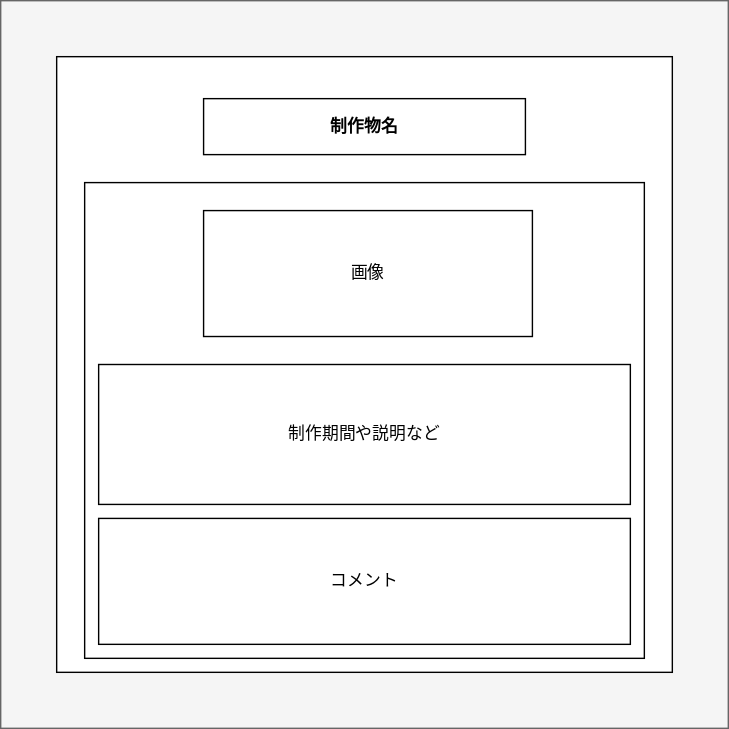
nekkiChan/Portfolio keeps this draw.io diagram as SpecificationDocuments/draw/img/portfolio-work.svg. Above is the earlier version. Source tidied: cells renumbered, new cells last; positions are measured from the earlier drawing's top-left corner, leaving out a move shared by most shapes.
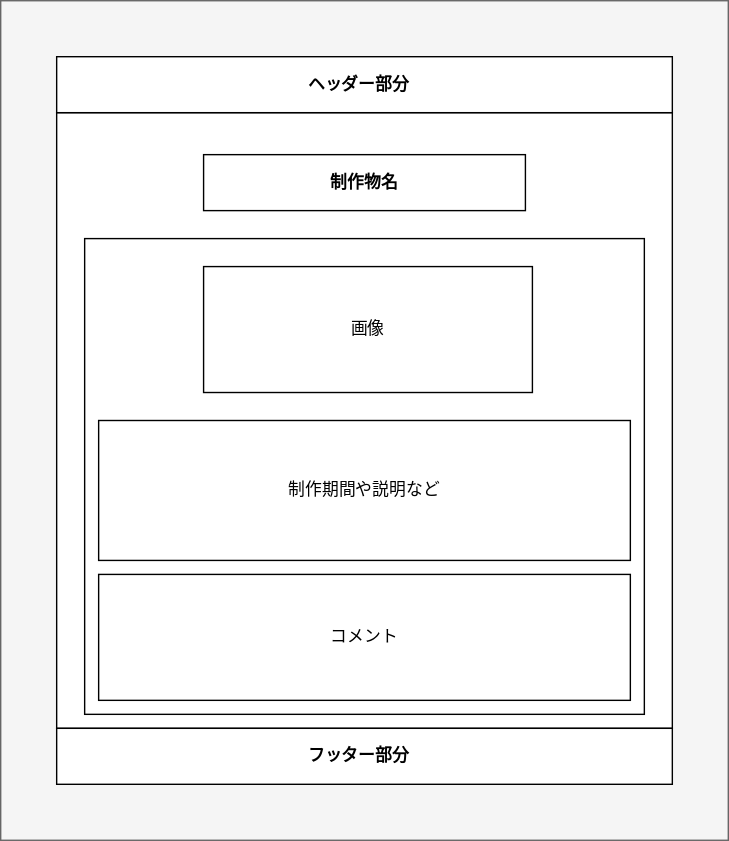
The same diagram one commit later.

What changed in the source:
```diff
@@ -3,7 +3,7 @@
     <mxCell id="0" />
     <mxCell id="1" parent="0" />
     <mxCell id="2" style="rounded=0;whiteSpace=wrap;html=1;fillColor=#f5f5f5;fontColor=#333333;strokeColor=#666666;" parent="1" vertex="1">
-      <mxGeometry width="520" height="520" as="geometry" />
+      <mxGeometry y="-40" width="520" height="600" as="geometry" />
     </mxCell>
     <mxCell id="3" style="rounded=0;whiteSpace=wrap;html=1;" parent="1" vertex="1">
       <mxGeometry x="40" y="40" width="440" height="440" as="geometry" />
@@ -23,5 +23,11 @@
     <mxCell id="8" value="コメント" style="rounded=0;whiteSpace=wrap;html=1;" parent="1" vertex="1">
       <mxGeometry x="70" y="370" width="380" height="90" as="geometry" />
     </mxCell>
+    <mxCell id="9" value="&lt;div style=&quot;&quot;&gt;&lt;b&gt;&lt;span style=&quot;background-color: initial;&quot;&gt;フッター部分&lt;/span&gt;&lt;span style=&quot;background-color: initial; white-space: pre;&quot;&gt;&#9;&lt;/span&gt;&lt;/b&gt;&lt;/div&gt;" style="rounded=0;whiteSpace=wrap;html=1;align=center;" parent="1" vertex="1">
+      <mxGeometry x="40" y="480" width="440" height="40" as="geometry" />
+    </mxCell>
+    <mxCell id="10" value="&lt;b&gt;ヘッダー部分&lt;span style=&quot;white-space: pre;&quot;&gt;&#9;&lt;/span&gt;&lt;/b&gt;" style="rounded=0;whiteSpace=wrap;html=1;align=center;" parent="1" vertex="1">
+      <mxGeometry x="40" width="440" height="40" as="geometry" />
+    </mxCell>
   </root>
 </mxGraphModel>
```
